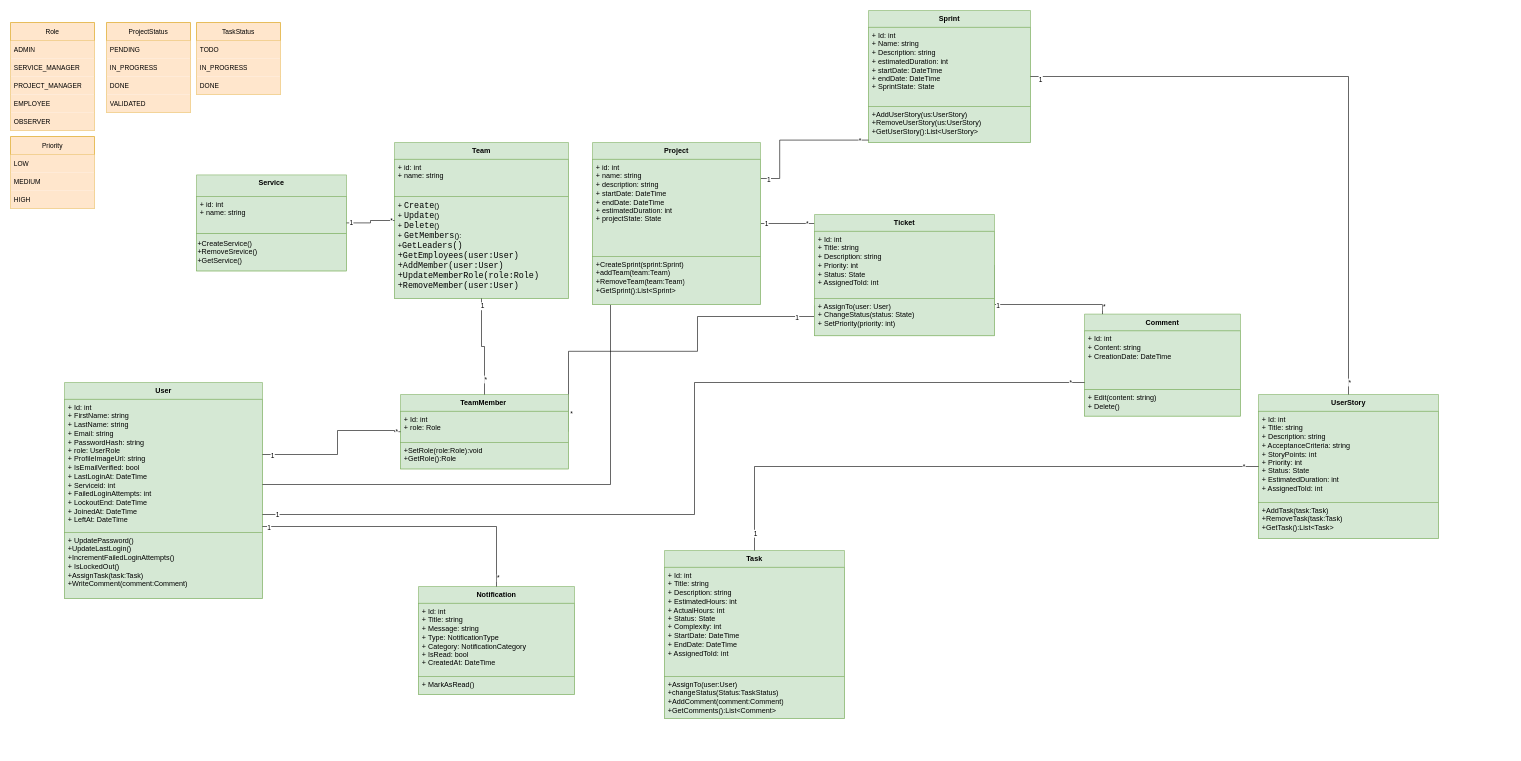
Earlier version of the draw.io diagram model 2/Diagramme-classe-corrige.drawio (omarhabib5/PFEProject). Source tidied: cells renumbered, new cells numbered last; positions are measured from the earlier drawing's top-left corner, leaving out a move shared by most shapes. Both pictures are drawn from the tidied source at 60%, with x=0, y=0 at pixel (10, 10).
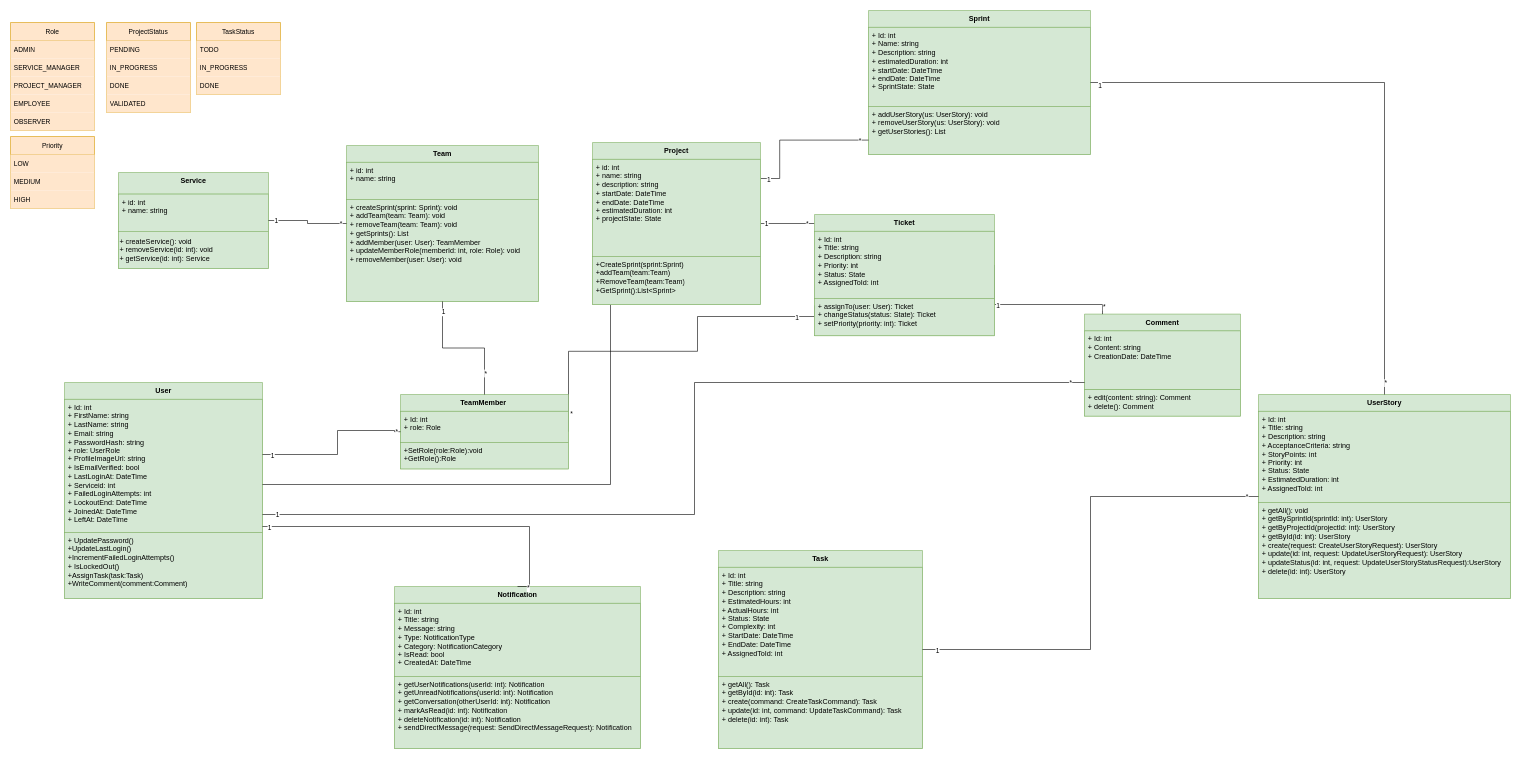
The same diagram, later.

Commit message (it also covers changes not shown here):
Enhance task management functionality and update role permissions

Unchanged cells that the change refers to:
```xml
<mxCell id="29" value="Comment" style="swimlane;fontStyle=1;align=center;verticalAlign=top;horizontal=1;startSize=28;whiteSpace=wrap;html=1;fillColor=#d5e8d4;strokeColor=#82b366;" parent="1" vertex="1">
  <mxGeometry x="1790" y="506" width="260" height="170" as="geometry" />
</mxCell>
<mxCell id="65" value="Ticket" style="swimlane;fontStyle=1;align=center;verticalAlign=top;horizontal=1;startSize=28;whiteSpace=wrap;html=1;fillColor=#d5e8d4;strokeColor=#82b366;" parent="1" vertex="1">
  <mxGeometry x="1340" y="340" width="300" height="202" as="geometry" />
</mxCell>
```

What changed in the source:
```diff
@@
     <mxCell id="2" value="Service" style="swimlane;fontStyle=1;align=center;verticalAlign=top;horizontal=1;startSize=36;whiteSpace=wrap;html=1;fillColor=#d5e8d4;strokeColor=#82b366;" parent="1" vertex="1">
-      <mxGeometry x="310" y="274" width="250" height="160" as="geometry" />
+      <mxGeometry x="180" y="270" width="250" height="160" as="geometry" />
     </mxCell>
@@
-    <mxCell id="4" value="+CreateService()&lt;div&gt;+RemoveSrevice()&lt;/div&gt;&lt;div&gt;+GetService()&lt;/div&gt;" style="text;html=1;whiteSpace=wrap;strokeColor=#82b366;fillColor=#d5e8d4;align=left;verticalAlign=middle;rounded=0;" parent="2" vertex="1">
+    <mxCell id="4" value="+ createService(): void&lt;br&gt;+ removeService(id: int): void&lt;br&gt;+ getService(id: int): Service" style="text;html=1;whiteSpace=wrap;strokeColor=#82b366;fillColor=#d5e8d4;align=left;verticalAlign=middle;rounded=0;" parent="2" vertex="1">
       <mxGeometry y="98" width="250" height="62" as="geometry" />
     </mxCell>
     <mxCell id="5" value="Team" style="swimlane;fontStyle=1;align=center;verticalAlign=top;horizontal=1;startSize=28;whiteSpace=wrap;html=1;fillColor=#d5e8d4;strokeColor=#82b366;" parent="1" vertex="1">
-      <mxGeometry x="640" y="220" width="290" height="260" as="geometry" />
+      <mxGeometry x="560" y="225" width="320" height="260" as="geometry" />
     </mxCell>
     <mxCell id="6" value="+ id: int&amp;nbsp;&lt;div&gt;+ name: string&amp;nbsp;&lt;/div&gt;&lt;div&gt;&lt;br&gt;&lt;/div&gt;" style="text;strokeColor=#82b366;fillColor=#d5e8d4;align=left;verticalAlign=top;spacingLeft=4;spacingRight=4;overflow=hidden;whiteSpace=wrap;html=1;" parent="5" vertex="1">
-      <mxGeometry y="28" width="290" height="62" as="geometry" />
+      <mxGeometry y="28" width="320" height="62" as="geometry" />
     </mxCell>
-    <mxCell id="7" value="&lt;font&gt;+&amp;nbsp;&lt;span style=&quot;font-family: Consolas, &amp;quot;Courier New&amp;quot;, monospace; font-size: 14px; white-space: pre;&quot;&gt;&lt;font style=&quot;color: rgb(0, 0, 0);&quot;&gt;Create&lt;/font&gt;&lt;/span&gt;&lt;span style=&quot;background-color: transparent;&quot;&gt;()&amp;nbsp;&lt;/span&gt;&lt;br&gt;&lt;/font&gt;&lt;div&gt;&lt;font&gt;+&amp;nbsp;&lt;span style=&quot;font-family: Consolas, &amp;quot;Courier New&amp;quot;, monospace; font-size: 14px; white-space: pre;&quot;&gt;&lt;font style=&quot;color: rgb(0, 0, 0);&quot;&gt;Update&lt;/font&gt;&lt;/span&gt;&lt;span style=&quot;background-color: transparent;&quot;&gt;()&amp;nbsp;&lt;/span&gt;&lt;br&gt;&lt;/font&gt;&lt;/div&gt;&lt;div&gt;&lt;font&gt;+&amp;nbsp;&lt;span style=&quot;font-family: Consolas, &amp;quot;Courier New&amp;quot;, monospace; font-size: 14px; white-space: pre;&quot;&gt;&lt;font style=&quot;color: rgb(0, 0, 0);&quot;&gt;Delete&lt;/font&gt;&lt;/span&gt;&lt;span style=&quot;background-color: transparent;&quot;&gt;()&amp;nbsp;&lt;/span&gt;&lt;br&gt;&lt;/font&gt;&lt;/div&gt;&lt;div&gt;&lt;font&gt;+&amp;nbsp;&lt;span style=&quot;font-family: Consolas, &amp;quot;Courier New&amp;quot;, monospace; font-size: 14px; white-space: pre;&quot;&gt;&lt;font style=&quot;color: rgb(0, 0, 0);&quot;&gt;GetMembers&lt;/font&gt;&lt;/span&gt;&lt;span style=&quot;background-color: transparent;&quot;&gt;():&amp;nbsp;&lt;/span&gt;&lt;br&gt;&lt;/font&gt;&lt;/div&gt;&lt;div&gt;&lt;font&gt;+&lt;span style=&quot;font-family: Consolas, &amp;quot;Courier New&amp;quot;, monospace; font-size: 14px; white-space: pre;&quot;&gt;&lt;font style=&quot;color: rgb(0, 0, 0);&quot;&gt;GetLeaders()&lt;/font&gt;&lt;/span&gt;&lt;/font&gt;&lt;/div&gt;&lt;div&gt;&lt;font&gt;&lt;span style=&quot;font-family: Consolas, &amp;quot;Courier New&amp;quot;, monospace; font-size: 14px; white-space: pre;&quot;&gt;&lt;font style=&quot;color: rgb(0, 0, 0);&quot;&gt;+&lt;/font&gt;&lt;/span&gt;&lt;/font&gt;&lt;span style=&quot;font-family: Consolas, &amp;quot;Courier New&amp;quot;, monospace; font-size: 14px; white-space: pre;&quot;&gt;&lt;font style=&quot;color: rgb(0, 0, 0);&quot;&gt;GetEmployees(user:User)&lt;/font&gt;&lt;/span&gt;&lt;/div&gt;&lt;div&gt;&lt;font&gt;&lt;span style=&quot;font-family: Consolas, &amp;quot;Courier New&amp;quot;, monospace; font-size: 14px; white-space: pre;&quot;&gt;&lt;font style=&quot;color: rgb(0, 0, 0);&quot;&gt;+&lt;/font&gt;&lt;/span&gt;&lt;span style=&quot;font-family: Consolas, &amp;quot;Courier New&amp;quot;, monospace; font-size: 14px; white-space: pre;&quot;&gt;&lt;font style=&quot;color: rgb(0, 0, 0);&quot;&gt;AddMember(user:User)&lt;/font&gt;&lt;/span&gt;&lt;/font&gt;&lt;/div&gt;&lt;div&gt;&lt;span style=&quot;font-family: Consolas, &amp;quot;Courier New&amp;quot;, monospace; font-size: 14px; white-space: pre;&quot;&gt;&lt;font style=&quot;color: rgb(0, 0, 0);&quot;&gt;+&lt;/font&gt;&lt;/span&gt;&lt;span style=&quot;font-family: Consolas, &amp;quot;Courier New&amp;quot;, monospace; font-size: 14px; white-space: pre;&quot;&gt;&lt;font style=&quot;color: rgb(0, 0, 0);&quot;&gt;UpdateMemberRole(role:Role)&lt;/font&gt;&lt;/span&gt;&lt;/div&gt;&lt;div&gt;&lt;span style=&quot;font-family: Consolas, &amp;quot;Courier New&amp;quot;, monospace; font-size: 14px; white-space: pre;&quot;&gt;&lt;font style=&quot;color: rgb(0, 0, 0);&quot;&gt;+&lt;/font&gt;&lt;/span&gt;&lt;span style=&quot;font-family: Consolas, &amp;quot;Courier New&amp;quot;, monospace; font-size: 14px; white-space: pre;&quot;&gt;&lt;font style=&quot;color: rgb(0, 0, 0);&quot;&gt;RemoveMember(user:User)&lt;/font&gt;&lt;/span&gt;&lt;/div&gt;&lt;div&gt;&lt;br&gt;&lt;/div&gt;" style="text;strokeColor=#82b366;fillColor=#d5e8d4;align=left;verticalAlign=top;spacingLeft=4;spacingRight=4;overflow=hidden;whiteSpace=wrap;html=1;" parent="5" vertex="1">
-      <mxGeometry y="90" width="290" height="170" as="geometry" />
+    <mxCell id="7" value="&lt;div&gt;+ createSprint(sprint: Sprint): void&lt;br&gt;+ addTeam(team: Team): void&lt;br&gt;+ removeTeam(team: Team): void&lt;br&gt;+ getSprints(): List&lt;br&gt;+ addMember(user: User): TeamMember&lt;br&gt;+ updateMemberRole(memberId: int, role: Role): void&lt;br&gt;+ removeMember(user: User): void&lt;/div&gt;" style="text;strokeColor=#82b366;fillColor=#d5e8d4;align=left;verticalAlign=top;spacingLeft=4;spacingRight=4;overflow=hidden;whiteSpace=wrap;html=1;" parent="5" vertex="1">
+      <mxGeometry y="90" width="320" height="170" as="geometry" />
     </mxCell>
     <mxCell id="8" value="Sprint" style="swimlane;fontStyle=1;align=center;verticalAlign=top;horizontal=1;startSize=28;whiteSpace=wrap;html=1;fillColor=#d5e8d4;strokeColor=#82b366;" parent="1" vertex="1">
-      <mxGeometry x="1430" width="270" height="220" as="geometry" />
+      <mxGeometry x="1430" width="370" height="240" as="geometry" />
     </mxCell>
     <mxCell id="9" value="+ Id: int&amp;nbsp;&lt;div&gt;+ Name: string&amp;nbsp;&lt;/div&gt;&lt;div&gt;+ Description: string&amp;nbsp;&lt;/div&gt;&lt;div&gt;+ estimatedDuration: int&amp;nbsp;&lt;/div&gt;&lt;div&gt;+ startDate: DateTime&amp;nbsp;&lt;/div&gt;&lt;div&gt;+ endDate: DateTime&amp;nbsp;&lt;/div&gt;&lt;div&gt;+ SprintState: State&amp;nbsp;&lt;/div&gt;" style="text;strokeColor=#82b366;fillColor=#d5e8d4;align=left;verticalAlign=top;spacingLeft=4;spacingRight=4;overflow=hidden;whiteSpace=wrap;html=1;" parent="8" vertex="1">
-      <mxGeometry y="28" width="270" height="132" as="geometry" />
+      <mxGeometry y="28" width="370" height="132" as="geometry" />
     </mxCell>
-    <mxCell id="10" value="+AddUserStory(us:UserStory)&lt;div&gt;+RemoveUserStory(us:UserStory)&lt;/div&gt;&lt;div&gt;+GetUserStory():List&amp;lt;UserStory&amp;gt;&lt;/div&gt;" style="text;strokeColor=#82b366;fillColor=#d5e8d4;align=left;verticalAlign=top;spacingLeft=4;spacingRight=4;overflow=hidden;whiteSpace=wrap;html=1;" parent="8" vertex="1">
-      <mxGeometry y="160" width="270" height="60" as="geometry" />
+    <mxCell id="10" value="+ addUserStory(us: UserStory): void&lt;br&gt;+ removeUserStory(us: UserStory): void&lt;br&gt;+ getUserStories(): List" style="text;strokeColor=#82b366;fillColor=#d5e8d4;align=left;verticalAlign=top;spacingLeft=4;spacingRight=4;overflow=hidden;whiteSpace=wrap;html=1;" parent="8" vertex="1">
+      <mxGeometry y="160" width="370" height="80" as="geometry" />
     </mxCell>
     <mxCell id="11" value="UserStory" style="swimlane;fontStyle=1;align=center;verticalAlign=top;horizontal=1;startSize=28;whiteSpace=wrap;html=1;fillColor=#d5e8d4;strokeColor=#82b366;" parent="1" vertex="1">
-      <mxGeometry x="2080" y="640" width="300" height="240" as="geometry" />
+      <mxGeometry x="2080" y="640" width="420" height="340" as="geometry" />
     </mxCell>
     <mxCell id="12" value="+ Id: int&amp;nbsp;&lt;div&gt;+ Title: string&amp;nbsp;&lt;/div&gt;&lt;div&gt;+ Description: string&amp;nbsp;&lt;/div&gt;&lt;div&gt;+ AcceptanceCriteria: string&amp;nbsp;&lt;/div&gt;&lt;div&gt;+ StoryPoints: int&amp;nbsp;&lt;/div&gt;&lt;div&gt;+ Priority: int&amp;nbsp;&lt;/div&gt;&lt;div&gt;+ Status: State&amp;nbsp;&lt;/div&gt;&lt;div&gt;+ EstimatedDuration: int&amp;nbsp;&lt;/div&gt;&lt;div&gt;+ AssignedToId: int&amp;nbsp;&lt;/div&gt;" style="text;strokeColor=#82b366;fillColor=#d5e8d4;align=left;verticalAlign=top;spacingLeft=4;spacingRight=4;overflow=hidden;whiteSpace=wrap;html=1;" parent="11" vertex="1">
-      <mxGeometry y="28" width="300" height="152" as="geometry" />
+      <mxGeometry y="28" width="420" height="152" as="geometry" />
     </mxCell>
-    <mxCell id="13" value="+AddTask(task:Task)&lt;div&gt;+RemoveTask(task:Task)&lt;/div&gt;&lt;div&gt;+GetTask():List&amp;lt;Task&amp;gt;&lt;/div&gt;" style="text;strokeColor=#82b366;fillColor=#d5e8d4;align=left;verticalAlign=top;spacingLeft=4;spacingRight=4;overflow=hidden;whiteSpace=wrap;html=1;" parent="11" vertex="1">
-      <mxGeometry y="180" width="300" height="60" as="geometry" />
+    <mxCell id="13" value="+ getAll(): void&lt;br&gt;+ getBySprintId(sprintId: int):&amp;nbsp;&lt;span style=&quot;text-align: center;&quot;&gt;UserStory&lt;/span&gt;&lt;br&gt;+ getByProjectId(projectId: int):&amp;nbsp;&lt;span style=&quot;text-align: center;&quot;&gt;UserStory&lt;/span&gt;&lt;br&gt;+ getById(id: int):&amp;nbsp;&lt;span style=&quot;text-align: center;&quot;&gt;UserStory&lt;/span&gt;&lt;br&gt;+ create(request: CreateUserStoryRequest):&amp;nbsp;&lt;span style=&quot;text-align: center;&quot;&gt;UserStory&lt;/span&gt;&lt;br&gt;+ update(id: int, request: UpdateUserStoryRequest):&amp;nbsp;&lt;span style=&quot;text-align: center;&quot;&gt;UserStory&lt;/span&gt;&lt;br&gt;+ updateStatus(id: int, request: UpdateUserStoryStatusRequest):&lt;span style=&quot;text-align: center;&quot;&gt;UserStory&lt;/span&gt;&lt;br&gt;+ delete(id: int):&amp;nbsp;&lt;span style=&quot;text-align: center;&quot;&gt;UserStory&lt;/span&gt;" style="text;strokeColor=#82b366;fillColor=#d5e8d4;align=left;verticalAlign=top;spacingLeft=4;spacingRight=4;overflow=hidden;whiteSpace=wrap;html=1;" parent="11" vertex="1">
+      <mxGeometry y="180" width="420" height="160" as="geometry" />
     </mxCell>
     <mxCell id="14" value="Task" style="swimlane;fontStyle=1;align=center;verticalAlign=top;horizontal=1;startSize=28;whiteSpace=wrap;html=1;fillColor=#d5e8d4;strokeColor=#82b366;" parent="1" vertex="1">
-      <mxGeometry x="1090" y="900" width="300" height="280" as="geometry" />
+      <mxGeometry x="1180" y="900" width="340" height="330" as="geometry" />
     </mxCell>
     <mxCell id="15" value="+ Id: int&amp;nbsp;&lt;div&gt;+ Title: string&amp;nbsp;&lt;/div&gt;&lt;div&gt;+ Description: string&amp;nbsp;&lt;/div&gt;&lt;div&gt;+ EstimatedHours: int&amp;nbsp;&lt;/div&gt;&lt;div&gt;+ ActualHours: int&amp;nbsp;&lt;/div&gt;&lt;div&gt;+ Status: State&amp;nbsp;&lt;/div&gt;&lt;div&gt;+ Complexity: int&amp;nbsp;&lt;/div&gt;&lt;div&gt;+ StartDate: DateTime&amp;nbsp;&lt;/div&gt;&lt;div&gt;+ EndDate: DateTime&amp;nbsp;&lt;/div&gt;&lt;div&gt;+ AssignedToId: int&lt;/div&gt;" style="text;strokeColor=#82b366;fillColor=#d5e8d4;align=left;verticalAlign=top;spacingLeft=4;spacingRight=4;overflow=hidden;whiteSpace=wrap;html=1;" parent="14" vertex="1">
-      <mxGeometry y="28" width="300" height="182" as="geometry" />
+      <mxGeometry y="28" width="340" height="182" as="geometry" />
     </mxCell>
-    <mxCell id="16" value="+AssignTo(user:User)&lt;div&gt;+changeStatus(Status:TaskStatus)&lt;/div&gt;&lt;div&gt;+AddComment(comment:Comment)&lt;/div&gt;&lt;div&gt;+GetComments():List&amp;lt;Comment&amp;gt;&lt;/div&gt;" style="text;strokeColor=#82b366;fillColor=#d5e8d4;align=left;verticalAlign=top;spacingLeft=4;spacingRight=4;overflow=hidden;whiteSpace=wrap;html=1;" parent="14" vertex="1">
-      <mxGeometry y="210" width="300" height="70" as="geometry" />
+    <mxCell id="16" value="+ getAll(): Task&lt;br&gt;+ getById(id: int): Task&lt;br&gt;+ create(command: CreateTaskCommand): Task&lt;br&gt;+ update(id: int, command: UpdateTaskCommand): Task&lt;br&gt;+ delete(id: int): Task" style="text;strokeColor=#82b366;fillColor=#d5e8d4;align=left;verticalAlign=top;spacingLeft=4;spacingRight=4;overflow=hidden;whiteSpace=wrap;html=1;" parent="14" vertex="1">
+      <mxGeometry y="210" width="340" height="120" as="geometry" />
     </mxCell>
@@
     <mxCell id="26" value="Notification" style="swimlane;fontStyle=1;align=center;verticalAlign=top;horizontal=1;startSize=28;whiteSpace=wrap;html=1;fillColor=#d5e8d4;strokeColor=#82b366;" parent="1" vertex="1">
-      <mxGeometry x="680" y="960" width="260" height="180" as="geometry" />
+      <mxGeometry x="640" y="960" width="410" height="270" as="geometry" />
     </mxCell>
     <mxCell id="27" value="+ Id: int&amp;nbsp;&lt;div&gt;+ Title: string&amp;nbsp;&lt;/div&gt;&lt;div&gt;+ Message: string&amp;nbsp;&lt;/div&gt;&lt;div&gt;+ Type: NotificationType&amp;nbsp;&lt;/div&gt;&lt;div&gt;+ Category: NotificationCategory&amp;nbsp;&lt;/div&gt;&lt;div&gt;+ IsRead: bool&amp;nbsp;&lt;/div&gt;&lt;div&gt;+ CreatedAt: DateTime&amp;nbsp;&lt;/div&gt;" style="text;strokeColor=#82b366;fillColor=#d5e8d4;align=left;verticalAlign=top;spacingLeft=4;spacingRight=4;overflow=hidden;whiteSpace=wrap;html=1;" parent="26" vertex="1">
-      <mxGeometry y="28" width="260" height="122" as="geometry" />
+      <mxGeometry y="28" width="410" height="122" as="geometry" />
     </mxCell>
-    <mxCell id="28" value="+ MarkAsRead()" style="text;strokeColor=#82b366;fillColor=#d5e8d4;align=left;verticalAlign=top;spacingLeft=4;spacingRight=4;overflow=hidden;whiteSpace=wrap;html=1;" parent="26" vertex="1">
-      <mxGeometry y="150" width="260" height="30" as="geometry" />
+    <mxCell id="28" value="+ getUserNotifications(userId: int):&amp;nbsp;&lt;span style=&quot;text-align: center;&quot;&gt;Notification&lt;/span&gt;&lt;br&gt;+ getUnreadNotifications(userId: int):&amp;nbsp;&lt;span style=&quot;text-align: center;&quot;&gt;Notification&lt;/span&gt;&lt;br&gt;+ getConversation(otherUserId: int):&amp;nbsp;&lt;span style=&quot;text-align: center;&quot;&gt;Notification&lt;/span&gt;&lt;br&gt;+ markAsRead(id: int):&amp;nbsp;&lt;span style=&quot;text-align: center;&quot;&gt;Notification&lt;/span&gt;&lt;br&gt;+ deleteNotification(id: int):&amp;nbsp;&lt;span style=&quot;text-align: center;&quot;&gt;Notification&lt;/span&gt;&lt;br&gt;+ sendDirectMessage(request: SendDirectMessageRequest):&amp;nbsp;&lt;span style=&quot;text-align: center;&quot;&gt;Notification&lt;/span&gt;" style="text;strokeColor=#82b366;fillColor=#d5e8d4;align=left;verticalAlign=top;spacingLeft=4;spacingRight=4;overflow=hidden;whiteSpace=wrap;html=1;" parent="26" vertex="1">
+      <mxGeometry y="150" width="410" height="120" as="geometry" />
     </mxCell>
@@
-    <mxCell id="31" value="+ Edit(content: string)&amp;nbsp;&lt;div&gt;+ Delete()&lt;/div&gt;" style="text;strokeColor=#82b366;fillColor=#d5e8d4;align=left;verticalAlign=top;spacingLeft=4;spacingRight=4;overflow=hidden;whiteSpace=wrap;html=1;" parent="29" vertex="1">
+    <mxCell id="31" value="+ edit(content: string):&amp;nbsp;&lt;span style=&quot;text-align: center;&quot;&gt;Comment&lt;/span&gt;&lt;br&gt;+ delete():&amp;nbsp;&lt;span style=&quot;text-align: center;&quot;&gt;Comment&lt;/span&gt;" style="text;strokeColor=#82b366;fillColor=#d5e8d4;align=left;verticalAlign=top;spacingLeft=4;spacingRight=4;overflow=hidden;whiteSpace=wrap;html=1;" parent="29" vertex="1">
       <mxGeometry y="126" width="260" height="44" as="geometry" />
     </mxCell>
@@
     <mxCell id="49" style="edgeStyle=orthogonalEdgeStyle;rounded=0;jettySize=auto;html=1;endArrow=none;entryX=0.5;entryY=0;entryDx=0;entryDy=0;" parent="1" edge="1" target="26">
       <mxGeometry relative="1" as="geometry">
         <mxPoint x="420" y="860" as="sourcePoint" />
         <Array as="points">
-          <mxPoint x="420" y="860" />
-          <mxPoint x="810" y="860" />
+          <mxPoint x="865" y="860" />
         </Array>
       </mxGeometry>
     </mxCell>
@@
-    <mxCell id="67" value="+ AssignTo(user: User)&lt;div&gt;+ ChangeStatus(status: State)&amp;nbsp;&lt;/div&gt;&lt;div&gt;+ SetPriority(priority: int)&lt;/div&gt;" style="text;strokeColor=#82b366;fillColor=#d5e8d4;align=left;verticalAlign=top;spacingLeft=4;spacingRight=4;overflow=hidden;whiteSpace=wrap;html=1;" parent="65" vertex="1">
+    <mxCell id="67" value="+ assignTo(user: User):&amp;nbsp;&lt;span style=&quot;text-align: center;&quot;&gt;Ticket&lt;/span&gt;&lt;br&gt;+ changeStatus(status: State):&amp;nbsp;&lt;span style=&quot;text-align: center;&quot;&gt;Ticket&lt;/span&gt;&lt;br&gt;+ setPriority(priority: int):&amp;nbsp;&lt;span style=&quot;text-align: center;&quot;&gt;Ticket&lt;/span&gt;" style="text;strokeColor=#82b366;fillColor=#d5e8d4;align=left;verticalAlign=top;spacingLeft=4;spacingRight=4;overflow=hidden;whiteSpace=wrap;html=1;" parent="65" vertex="1">
       <mxGeometry y="140" width="300" height="62" as="geometry" />
     </mxCell>
```
